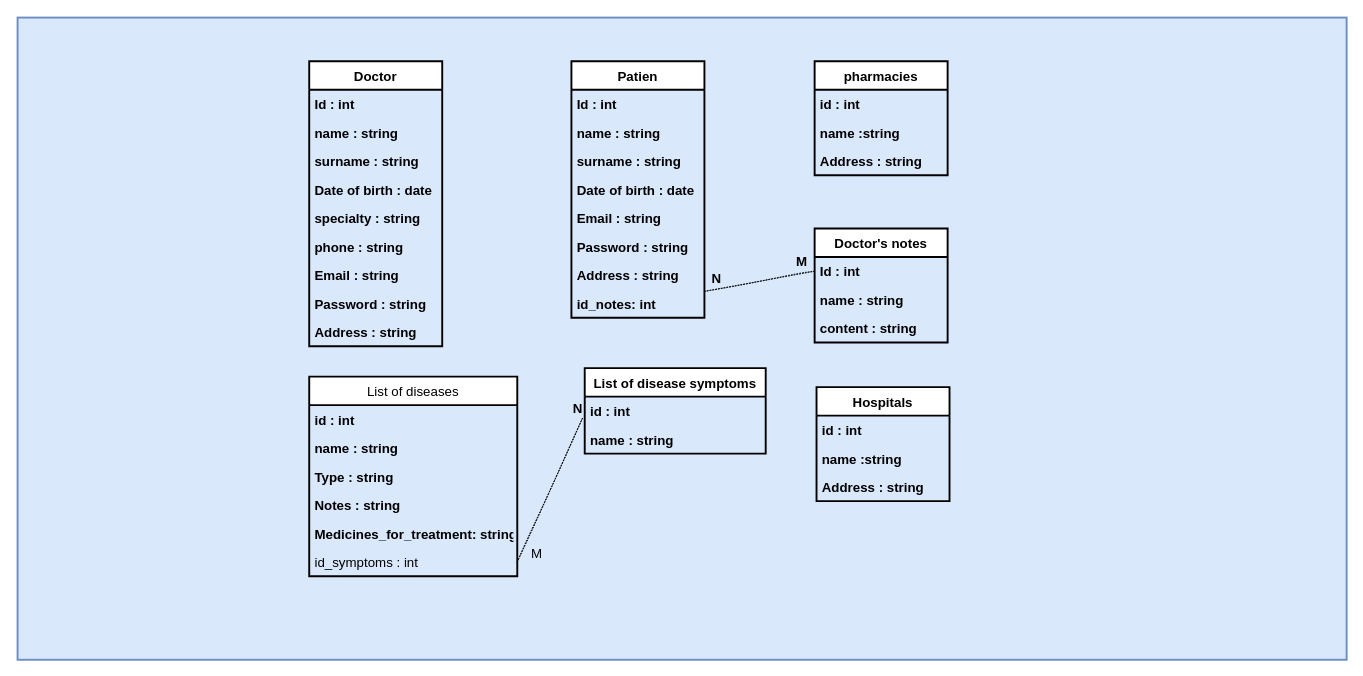
This is page "Page-2" (2 of 3) of Untitled Diagram.drawio from oussamanech/Git01, a draw.io file, before an edit. Source tidied: cells renumbered, new cells numbered last; positions are measured from the earlier drawing's top-left corner, leaving out a move shared by most shapes. Both pictures are drawn from the tidied source at 95%, with x=0, y=0 at pixel (17, 17).
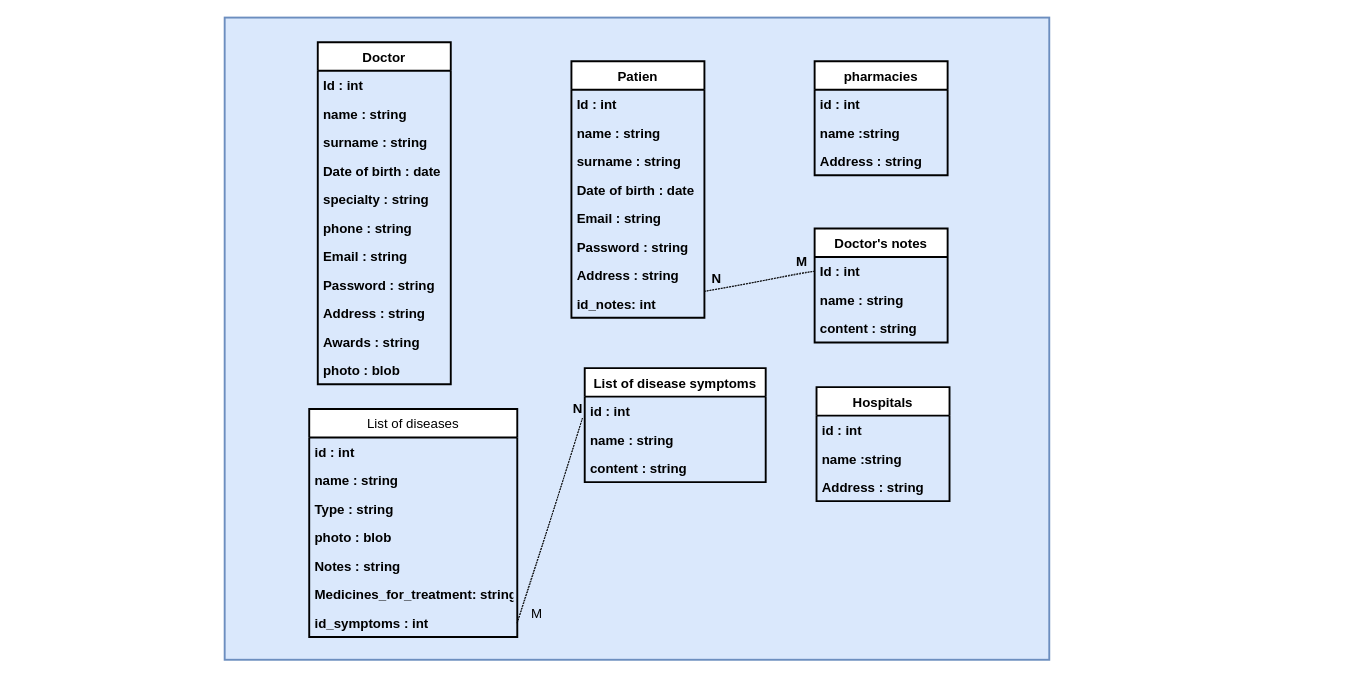
The same page after the edit.

The edit, as a diff of the source:
```diff
@@
     <mxCell id="2" style="rounded=0;whiteSpace=wrap;html=1;fontSize=14;strokeColor=#6c8ebf;strokeWidth=2;fillColor=#dae8fc;" parent="1" vertex="1">
-      <mxGeometry width="1399" height="676" as="geometry" />
+      <mxGeometry x="218" width="868" height="676" as="geometry" />
     </mxCell>
@@
     <mxCell id="12" value="Doctor" style="swimlane;fontStyle=1;horizontal=1;startSize=30;fontSize=14;strokeColor=#000000;strokeWidth=2;" parent="1" vertex="1">
-      <mxGeometry x="307" y="46" width="140" height="300" as="geometry" />
+      <mxGeometry x="316" y="26" width="140" height="360" as="geometry" />
     </mxCell>
@@
+    <mxCell id="50" value="Awards : string" style="text;strokeColor=none;fillColor=none;align=left;verticalAlign=middle;spacingLeft=4;spacingRight=4;overflow=hidden;fontSize=14;fontStyle=1;" parent="12" vertex="1">
+      <mxGeometry y="300" width="140" height="30" as="geometry" />
+    </mxCell>
+    <mxCell id="51" value="photo : blob" style="text;strokeColor=none;fillColor=none;align=left;verticalAlign=middle;spacingLeft=4;spacingRight=4;overflow=hidden;fontSize=14;fontStyle=1;" parent="12" vertex="1">
+      <mxGeometry y="330" width="140" height="30" as="geometry" />
+    </mxCell>
@@
     <mxCell id="34" value="List of diseases" style="swimlane;fontStyle=0;horizontal=1;startSize=30;fontSize=14;strokeColor=#000000;strokeWidth=2;" parent="1" vertex="1">
-      <mxGeometry x="307" y="378" width="219" height="210" as="geometry" />
+      <mxGeometry x="307" y="412" width="219" height="240" as="geometry" />
     </mxCell>
@@
+    <mxCell id="52" value="photo : blob" style="text;strokeColor=none;fillColor=none;align=left;verticalAlign=middle;spacingLeft=4;spacingRight=4;overflow=hidden;fontSize=14;fontStyle=1;" parent="34" vertex="1">
+      <mxGeometry y="120" width="219" height="30" as="geometry" />
+    </mxCell>
     <mxCell id="38" value="Notes : string" style="text;strokeColor=none;fillColor=none;align=left;verticalAlign=middle;spacingLeft=4;spacingRight=4;overflow=hidden;fontSize=14;fontStyle=1;" parent="34" vertex="1">
-      <mxGeometry y="120" width="219" height="30" as="geometry" />
+      <mxGeometry y="150" width="219" height="30" as="geometry" />
     </mxCell>
     <mxCell id="39" value="Medicines_for_treatment: string" style="text;strokeColor=none;fillColor=none;align=left;verticalAlign=middle;spacingLeft=4;spacingRight=4;overflow=hidden;fontSize=14;fontStyle=1;" parent="34" vertex="1">
-      <mxGeometry y="150" width="219" height="30" as="geometry" />
+      <mxGeometry y="180" width="219" height="30" as="geometry" />
     </mxCell>
-    <mxCell id="40" value="id_symptoms : int" style="text;strokeColor=none;fillColor=none;align=left;verticalAlign=middle;spacingLeft=4;spacingRight=4;overflow=hidden;points=[[0,0.5],[1,0.5]];portConstraint=eastwest;fontSize=14;" parent="34" vertex="1">
-      <mxGeometry y="180" width="219" height="30" as="geometry" />
+    <mxCell id="40" value="id_symptoms : int" style="text;strokeColor=none;fillColor=none;align=left;verticalAlign=middle;spacingLeft=4;spacingRight=4;overflow=hidden;points=[[0,0.5],[1,0.5]];portConstraint=eastwest;fontSize=14;fontStyle=1;" parent="34" vertex="1">
+      <mxGeometry y="210" width="219" height="30" as="geometry" />
     </mxCell>
     <mxCell id="41" value="List of disease symptoms" style="swimlane;fontStyle=1;horizontal=1;startSize=30;fontSize=14;strokeColor=#000000;strokeWidth=2;" parent="1" vertex="1">
-      <mxGeometry x="597" y="369" width="190.5" height="90" as="geometry" />
+      <mxGeometry x="597" y="369" width="190.5" height="120" as="geometry" />
     </mxCell>
@@
+    <mxCell id="53" value="content : string" style="text;strokeColor=none;fillColor=none;align=left;verticalAlign=middle;spacingLeft=4;spacingRight=4;overflow=hidden;fontSize=14;fontStyle=1;" parent="41" vertex="1">
+      <mxGeometry y="90" width="190.5" height="30" as="geometry" />
+    </mxCell>
```
